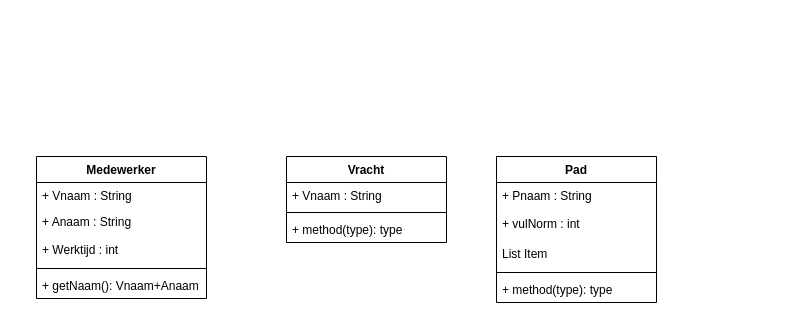
Above: Vulplanning UML.drawio in Kikkerslijm410/SchoolOpdracht (draw.io), before the change. Source tidied: cells renumbered, new cells numbered last; positions are measured from the earlier drawing's top-left corner, leaving out a move shared by most shapes. Both pictures are drawn from the tidied source at 100%, with x=0, y=0 at pixel (36, 156).
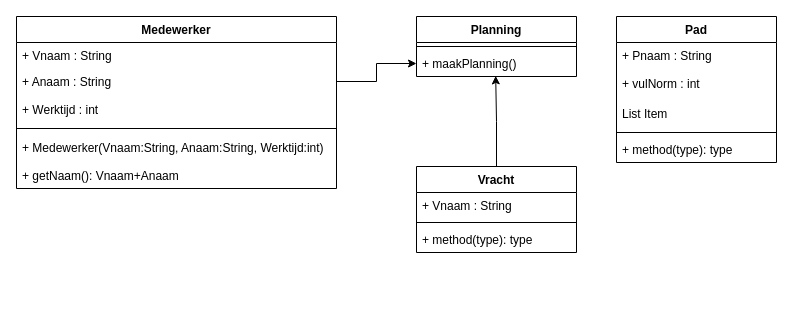
The same page after the edit.

Diff of the diagram source:
```diff
@@
     <mxCell id="2" value="Medewerker" style="swimlane;fontStyle=1;align=center;verticalAlign=top;horizontal=1;startSize=26;" parent="1" vertex="1">
-      <mxGeometry width="170" height="142" as="geometry" />
+      <mxGeometry x="-20" y="-140" width="320" height="172" as="geometry" />
     </mxCell>
     <mxCell id="3" value="+ Vnaam : String" style="text;strokeColor=none;fillColor=none;align=left;verticalAlign=top;spacingLeft=4;spacingRight=4;overflow=hidden;" parent="2" vertex="1">
-      <mxGeometry y="26" width="170" height="26" as="geometry" />
+      <mxGeometry y="26" width="320" height="26" as="geometry" />
     </mxCell>
     <mxCell id="4" value="+ Anaam : String" style="text;strokeColor=none;fillColor=none;align=left;verticalAlign=top;spacingLeft=4;spacingRight=4;overflow=hidden;points=[[0,0.5],[1,0.5]];portConstraint=eastwest;" parent="2" vertex="1">
-      <mxGeometry y="52" width="170" height="26" as="geometry" />
+      <mxGeometry y="52" width="320" height="26" as="geometry" />
     </mxCell>
     <mxCell id="5" value="+ Werktijd : int" style="text;strokeColor=none;fillColor=none;align=left;verticalAlign=middle;spacingLeft=4;spacingRight=4;overflow=hidden;" parent="2" vertex="1">
-      <mxGeometry y="78" width="170" height="30" as="geometry" />
+      <mxGeometry y="78" width="320" height="30" as="geometry" />
     </mxCell>
     <mxCell id="6" style="line;strokeWidth=1;fillColor=none;align=left;verticalAlign=middle;spacingTop=-1;spacingLeft=3;spacingRight=3;labelPosition=right;" parent="2" vertex="1">
-      <mxGeometry y="108" width="170" height="8" as="geometry" />
+      <mxGeometry y="108" width="320" height="8" as="geometry" />
     </mxCell>
+    <mxCell id="18" value="+ Medewerker(Vnaam:String, Anaam:String, Werktijd:int)" style="text;strokeColor=none;fillColor=none;align=left;verticalAlign=middle;spacingLeft=4;spacingRight=4;overflow=hidden;" parent="2" vertex="1">
+      <mxGeometry y="116" width="320" height="30" as="geometry" />
+    </mxCell>
     <mxCell id="7" value="+ getNaam(): Vnaam+Anaam" style="text;strokeColor=none;fillColor=none;align=left;verticalAlign=top;spacingLeft=4;spacingRight=4;overflow=hidden;" parent="2" vertex="1">
-      <mxGeometry y="116" width="170" height="26" as="geometry" />
+      <mxGeometry y="146" width="320" height="26" as="geometry" />
     </mxCell>
+    <mxCell id="19" style="edgeStyle=orthogonalEdgeStyle;rounded=0;jettySize=auto;html=1;exitX=0.5;exitY=0;exitDx=0;exitDy=0;entryX=0.495;entryY=0.977;entryDx=0;entryDy=0;entryPerimeter=0;" parent="1" edge="1" source="8" target="22">
+      <mxGeometry relative="1" as="geometry" />
+    </mxCell>
     <mxCell id="8" value="Vracht" style="swimlane;fontStyle=1;align=center;verticalAlign=top;horizontal=1;startSize=26;" parent="1" vertex="1">
-      <mxGeometry x="250" width="160" height="86" as="geometry" />
+      <mxGeometry x="380" y="10" width="160" height="86" as="geometry" />
     </mxCell>
@@
     <mxCell id="12" value="Pad" style="swimlane;fontStyle=1;align=center;verticalAlign=top;horizontal=1;startSize=26;" parent="1" vertex="1">
-      <mxGeometry x="460" width="160" height="146" as="geometry" />
+      <mxGeometry x="580" y="-140" width="160" height="146" as="geometry" />
     </mxCell>
@@
+    <mxCell id="20" value="Planning" style="swimlane;fontStyle=1;align=center;verticalAlign=top;horizontal=1;startSize=26;" parent="1" vertex="1">
+      <mxGeometry x="380" y="-140" width="160" height="60" as="geometry" />
+    </mxCell>
+    <mxCell id="21" style="line;strokeWidth=1;fillColor=none;align=left;verticalAlign=middle;spacingTop=-1;spacingLeft=3;spacingRight=3;labelPosition=right;" parent="20" vertex="1">
+      <mxGeometry y="26" width="160" height="8" as="geometry" />
+    </mxCell>
+    <mxCell id="22" value="+ maakPlanning()&#10;" style="text;strokeColor=none;fillColor=none;align=left;verticalAlign=top;spacingLeft=4;spacingRight=4;overflow=hidden;points=[[0,0.5],[1,0.5]];portConstraint=eastwest;" parent="20" vertex="1">
+      <mxGeometry y="34" width="160" height="26" as="geometry" />
+    </mxCell>
+    <mxCell id="23" style="edgeStyle=orthogonalEdgeStyle;rounded=0;jettySize=auto;html=1;exitX=1;exitY=0.5;exitDx=0;exitDy=0;entryX=0;entryY=0.5;entryDx=0;entryDy=0;" parent="1" edge="1" source="4" target="22">
+      <mxGeometry relative="1" as="geometry" />
+    </mxCell>
```
